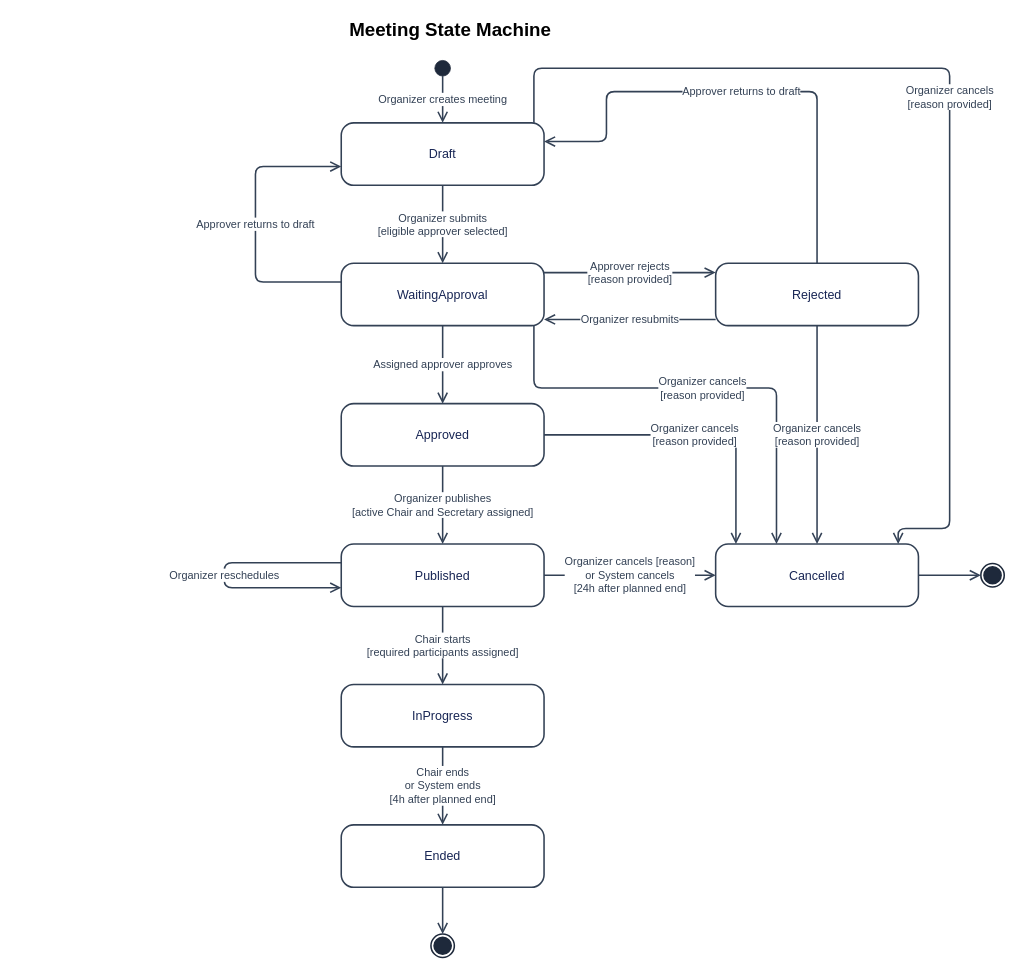
Earlier version of the draw.io diagram docs/10-statemachine/SM-01_Meeting.drawio (callmehai/FU-FA26-G116). Source tidied: cells renumbered, new cells numbered last; positions are measured from the earlier drawing's top-left corner, leaving out a move shared by most shapes. Both pictures are drawn from the tidied source at 78%, with x=0, y=0 at pixel (13, 13).
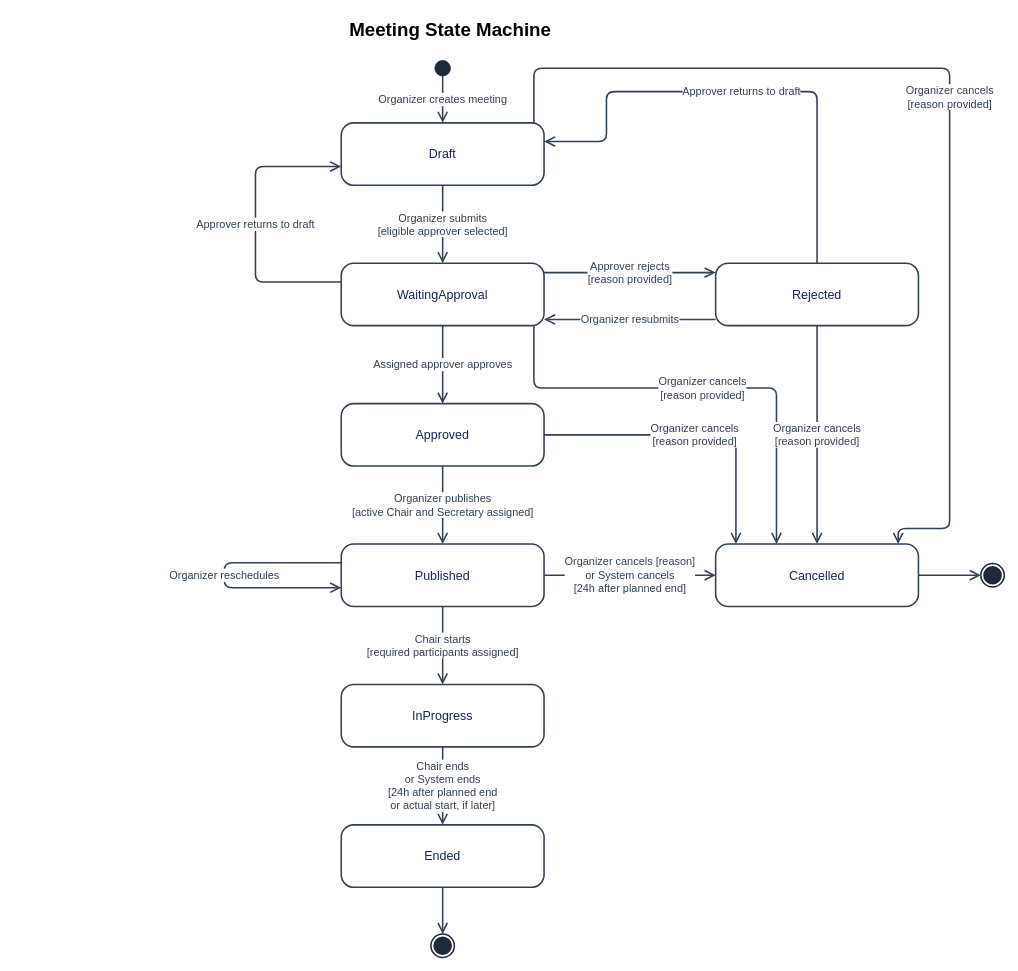
After the change.

Unchanged cells that the change refers to:
```xml
<mxCell id="8" value="InProgress" style="html=1;whiteSpace=wrap;fontFamily=Arial;fontSize=16;rounded=1;arcSize=20;fillColor=#ffffff;strokeColor=#334155;fontColor=#172554;strokeWidth=2;" parent="1" vertex="1">
  <mxGeometry x="420" y="860" width="260" height="80" as="geometry" />
</mxCell>
<mxCell id="9" value="Ended" style="html=1;whiteSpace=wrap;fontFamily=Arial;fontSize=16;rounded=1;arcSize=20;fillColor=#ffffff;strokeColor=#334155;fontColor=#172554;strokeWidth=2;" parent="1" vertex="1">
  <mxGeometry x="420" y="1040" width="260" height="80" as="geometry" />
</mxCell>
```

Diff of the diagram source:
```diff
@@
-    <mxCell id="17" value="Chair ends&#10;or System ends&#10;[4h after planned end]" style="edgeStyle=orthogonalEdgeStyle;rounded=1;jettySize=auto;html=1;endArrow=open;endSize=10;strokeWidth=2;strokeColor=#334155;fontColor=#334155;fontFamily=Arial;fontSize=14;labelBackgroundColor=#ffffff;exitX=0.5;exitY=1;entryX=0.5;entryY=0;" parent="1" edge="1" source="8" target="9">
+    <mxCell id="17" value="Chair ends&#10;or System ends&#10;[24h after planned end&#10;or actual start, if later]" style="edgeStyle=orthogonalEdgeStyle;rounded=1;jettySize=auto;html=1;endArrow=open;endSize=10;strokeWidth=2;strokeColor=#334155;fontColor=#334155;fontFamily=Arial;fontSize=14;labelBackgroundColor=#ffffff;exitX=0.5;exitY=1;entryX=0.5;entryY=0;" parent="1" edge="1" source="8" target="9">
       <mxGeometry relative="1" as="geometry" />
     </mxCell>
```
